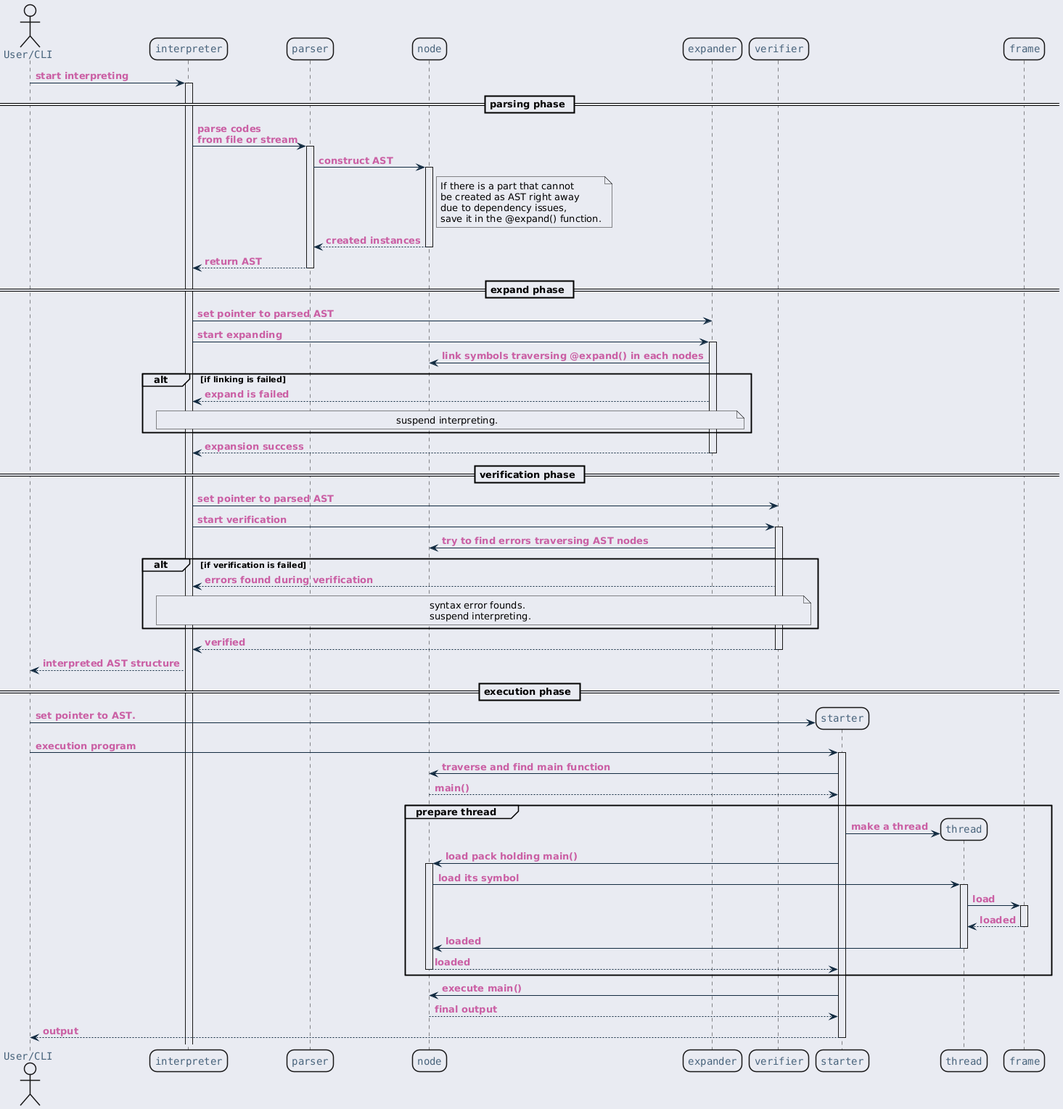
Before: ref/generated/ko/inline_umlgraph_18.png, a diagram exported from PlantUML (byeolang/website).
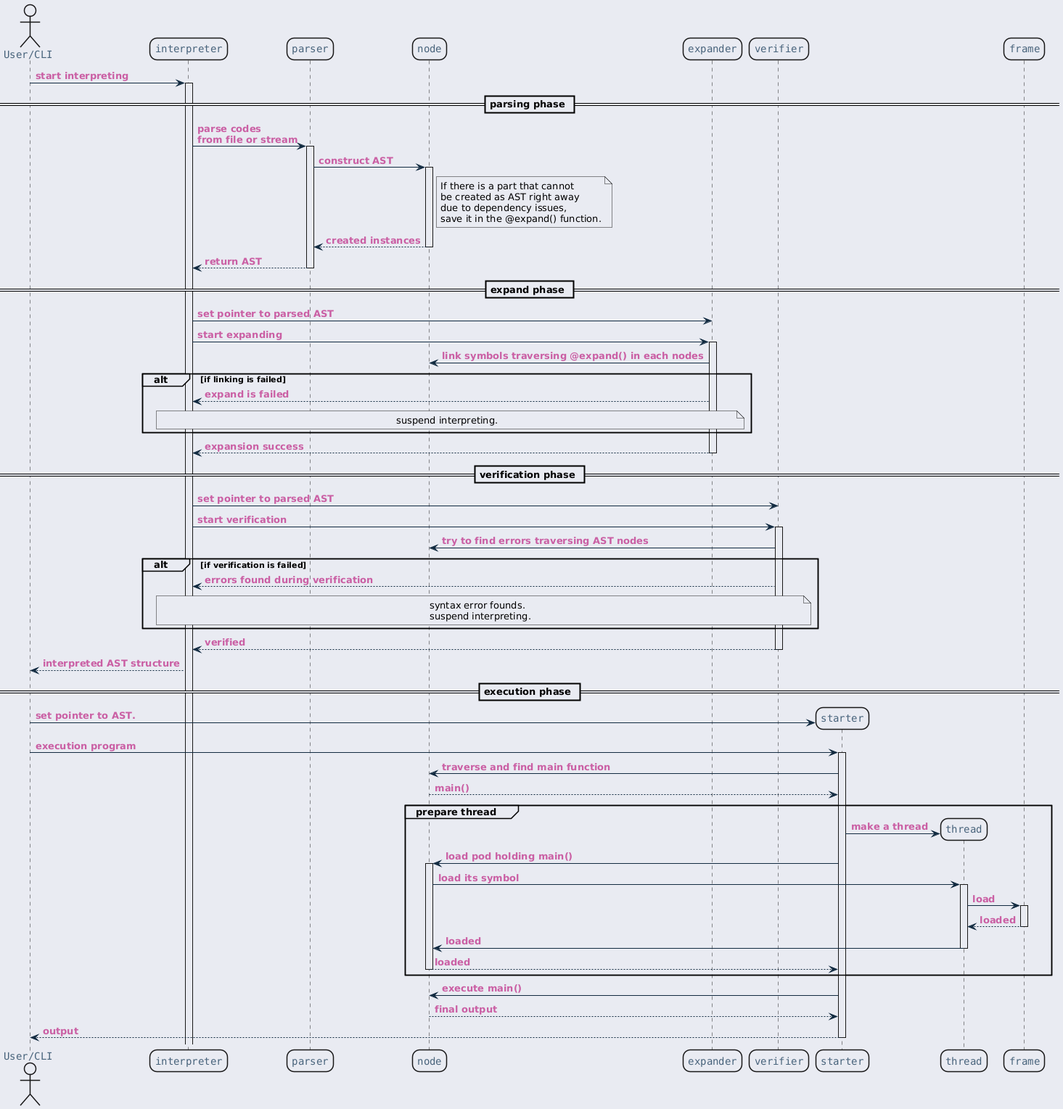
After the change.

The edit, as a diff of the source:
```diff
@@ -92,7 +92,7 @@
 group prepare thread
   create participant thread
   s -> thread: make a thread
-  s -> node: load pack holding main()
+  s -> node: load pod holding main()
   activate node
   node -> thread: load its symbol
   activate thread
```
